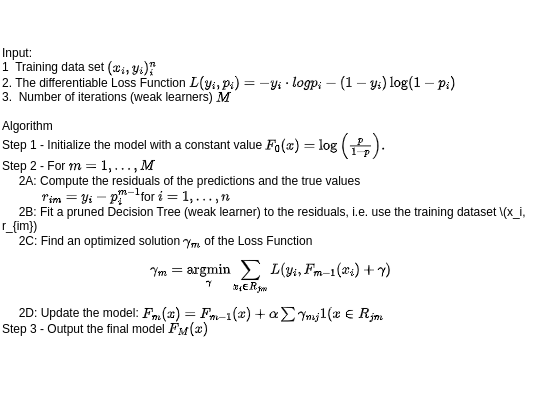
froukje/datamapu keeps this draw.io diagram as static/images/gradient_boosting/gb_algorithm_class.drawio.png. Above is the earlier version. Source tidied: cells renumbered, new cells last; positions are measured from the earlier drawing's top-left corner, leaving out a move shared by most shapes. The source it was exported from:
```xml
<mxGraphModel math="1">
  <root>
    <mxCell id="0" />
    <mxCell id="1" parent="0" />
    <mxCell id="2" value="Input:&lt;br&gt;1&amp;nbsp; Training data set \((x_i, y_i)_i^{n}\)&lt;div&gt;2. The differentiable Loss Function \(L(y_i, p_i) = - y_i\cdot log p_i - (1 - y_i) \log(1 - p_i)\)&lt;/div&gt;&lt;div&gt;3.&amp;nbsp; Number of iterations (weak learners) \(M\)&lt;/div&gt;&lt;div&gt;&lt;br&gt;&lt;/div&gt;&lt;div&gt;Algorithm&lt;/div&gt;&lt;div&gt;Step 1 - Initialize the model with a constant value \(F_0(x) = \log\Big(\frac{p}{1-p}\Big).\)&lt;/div&gt;&lt;div&gt;Step 2 - For \(m = 1, \dots, M\)&lt;/div&gt;&lt;div&gt;&amp;nbsp; &amp;nbsp; &amp;nbsp;2A: Compute the residuals of the predictions and the true values&lt;/div&gt;&lt;div&gt;&amp;nbsp; &amp;nbsp; &amp;nbsp; &amp;nbsp; &amp;nbsp; &amp;nbsp; \(r_{im} = y_i - p_i^{m-1}\)for \(i = 1, \dots, n\)&lt;/div&gt;&lt;div&gt;&amp;nbsp; &amp;nbsp; &amp;nbsp;2B: Fit a pruned Decision Tree (weak learner) to the residuals, i.e. use the training dataset \(x_i, r_{im})&lt;/div&gt;&lt;div&gt;&amp;nbsp; &amp;nbsp; &amp;nbsp;2C: Find an optimized solution \(\gamma_m\) of the Loss Function&lt;/div&gt;&lt;div&gt;$$\gamma_m&amp;nbsp; = \underset{\gamma}{\text{argmin}}\sum_{x_i \in R_{jm}} L(y_i, F_{m-1}(x_i) + \gamma)$$&lt;/div&gt;&lt;div&gt;&amp;nbsp; &amp;nbsp; &amp;nbsp;2D: Update the model: \(F_m(x) = F_{m-1}(x) + \alpha \sum \gamma_{mj} 1(x\in R_{jm}\)&lt;/div&gt;&lt;div&gt;Step 3 - Output the final model \(F_M(x)\)&lt;/div&gt;&lt;div&gt;&lt;span style=&quot;background-color: initial;&quot;&gt;&lt;br&gt;&lt;/span&gt;&lt;/div&gt;&lt;div&gt;&lt;br&gt;&lt;/div&gt;" style="text;html=1;align=left;verticalAlign=middle;whiteSpace=wrap;rounded=0;" parent="1" vertex="1">
      <mxGeometry width="540" height="410" as="geometry" />
    </mxCell>
  </root>
</mxGraphModel>
```
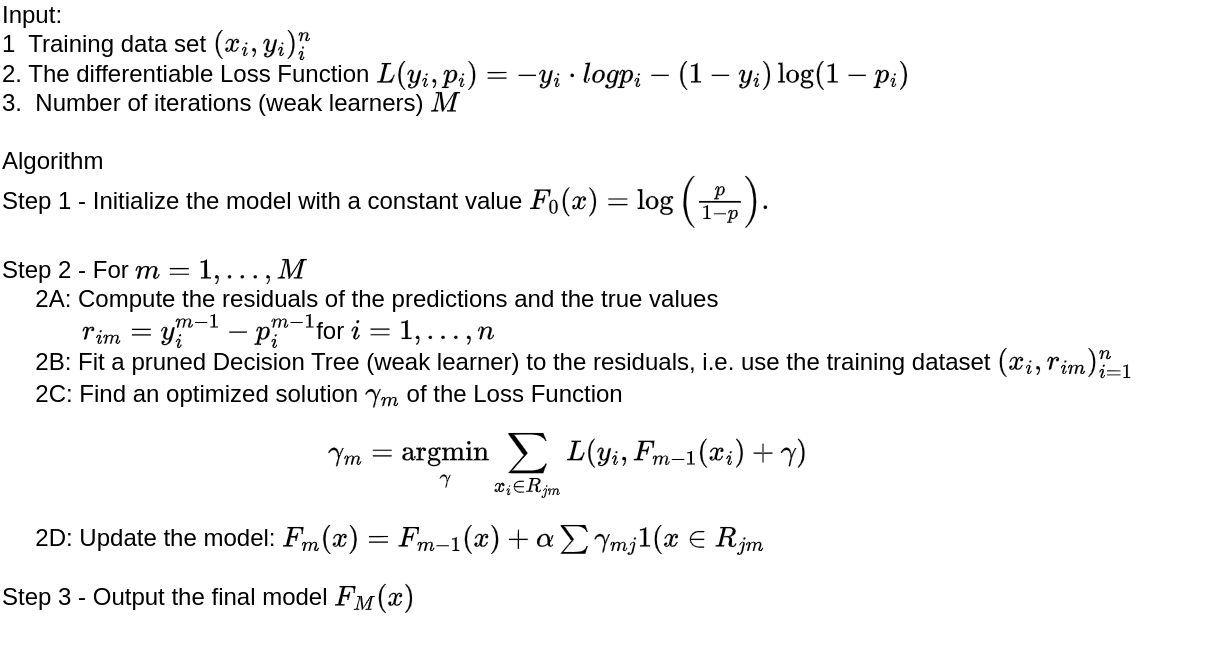
After the change.

What changed in the source:
```diff
@@ -2,8 +2,8 @@
   <root>
     <mxCell id="0" />
     <mxCell id="1" parent="0" />
-    <mxCell id="2" value="Input:&lt;br&gt;1&amp;nbsp; Training data set \((x_i, y_i)_i^{n}\)&lt;div&gt;2. The differentiable Loss Function \(L(y_i, p_i) = - y_i\cdot log p_i - (1 - y_i) \log(1 - p_i)\)&lt;/div&gt;&lt;div&gt;3.&amp;nbsp; Number of iterations (weak learners) \(M\)&lt;/div&gt;&lt;div&gt;&lt;br&gt;&lt;/div&gt;&lt;div&gt;Algorithm&lt;/div&gt;&lt;div&gt;Step 1 - Initialize the model with a constant value \(F_0(x) = \log\Big(\frac{p}{1-p}\Big).\)&lt;/div&gt;&lt;div&gt;Step 2 - For \(m = 1, \dots, M\)&lt;/div&gt;&lt;div&gt;&amp;nbsp; &amp;nbsp; &amp;nbsp;2A: Compute the residuals of the predictions and the true values&lt;/div&gt;&lt;div&gt;&amp;nbsp; &amp;nbsp; &amp;nbsp; &amp;nbsp; &amp;nbsp; &amp;nbsp; \(r_{im} = y_i - p_i^{m-1}\)for \(i = 1, \dots, n\)&lt;/div&gt;&lt;div&gt;&amp;nbsp; &amp;nbsp; &amp;nbsp;2B: Fit a pruned Decision Tree (weak learner) to the residuals, i.e. use the training dataset \(x_i, r_{im})&lt;/div&gt;&lt;div&gt;&amp;nbsp; &amp;nbsp; &amp;nbsp;2C: Find an optimized solution \(\gamma_m\) of the Loss Function&lt;/div&gt;&lt;div&gt;$$\gamma_m&amp;nbsp; = \underset{\gamma}{\text{argmin}}\sum_{x_i \in R_{jm}} L(y_i, F_{m-1}(x_i) + \gamma)$$&lt;/div&gt;&lt;div&gt;&amp;nbsp; &amp;nbsp; &amp;nbsp;2D: Update the model: \(F_m(x) = F_{m-1}(x) + \alpha \sum \gamma_{mj} 1(x\in R_{jm}\)&lt;/div&gt;&lt;div&gt;Step 3 - Output the final model \(F_M(x)\)&lt;/div&gt;&lt;div&gt;&lt;span style=&quot;background-color: initial;&quot;&gt;&lt;br&gt;&lt;/span&gt;&lt;/div&gt;&lt;div&gt;&lt;br&gt;&lt;/div&gt;" style="text;html=1;align=left;verticalAlign=middle;whiteSpace=wrap;rounded=0;" parent="1" vertex="1">
-      <mxGeometry width="540" height="410" as="geometry" />
+    <mxCell id="2" value="&lt;font style=&quot;font-size: 24px;&quot;&gt;Input:&lt;br&gt;1&amp;nbsp; Training data set \((x_i, y_i)_i^{n}\)&lt;/font&gt;&lt;div style=&quot;font-size: 24px;&quot;&gt;&lt;font style=&quot;font-size: 24px;&quot;&gt;2. The differentiable Loss Function \(L(y_i, p_i) = - y_i\cdot log p_i - (1 - y_i) \log(1 - p_i)\)&lt;/font&gt;&lt;/div&gt;&lt;div style=&quot;font-size: 24px;&quot;&gt;&lt;font style=&quot;font-size: 24px;&quot;&gt;3.&amp;nbsp; Number of iterations (weak learners) \(M\)&lt;/font&gt;&lt;/div&gt;&lt;div style=&quot;font-size: 24px;&quot;&gt;&lt;font style=&quot;font-size: 24px;&quot;&gt;&lt;br&gt;&lt;/font&gt;&lt;/div&gt;&lt;div style=&quot;font-size: 24px;&quot;&gt;&lt;font style=&quot;font-size: 24px;&quot;&gt;Algorithm&lt;/font&gt;&lt;/div&gt;&lt;div style=&quot;font-size: 24px;&quot;&gt;&lt;font style=&quot;font-size: 24px;&quot;&gt;Step 1 - Initialize the model with a constant value \(F_0(x) = \log\Big(\frac{p}{1-p}\Big).\)&lt;/font&gt;&lt;/div&gt;&lt;div style=&quot;font-size: 24px;&quot;&gt;&lt;font style=&quot;font-size: 24px;&quot;&gt;&lt;br&gt;&lt;/font&gt;&lt;/div&gt;&lt;div style=&quot;font-size: 24px;&quot;&gt;&lt;font style=&quot;font-size: 24px;&quot;&gt;Step 2 - For \(m = 1, \dots, M\)&lt;/font&gt;&lt;/div&gt;&lt;div style=&quot;font-size: 24px;&quot;&gt;&lt;font style=&quot;font-size: 24px;&quot;&gt;&amp;nbsp; &amp;nbsp; &amp;nbsp;2A: Compute the residuals of the predictions and the true values&lt;/font&gt;&lt;/div&gt;&lt;div style=&quot;font-size: 24px;&quot;&gt;&lt;font style=&quot;font-size: 24px;&quot;&gt;&amp;nbsp; &amp;nbsp; &amp;nbsp; &amp;nbsp; &amp;nbsp; &amp;nbsp; \(r_{im} = y_i^{m-1} - p_i^{m-1}\)for \(i = 1, \dots, n\)&lt;/font&gt;&lt;/div&gt;&lt;div style=&quot;font-size: 24px;&quot;&gt;&lt;font style=&quot;font-size: 24px;&quot;&gt;&amp;nbsp; &amp;nbsp; &amp;nbsp;2B: Fit a pruned Decision Tree (weak learner) to the residuals, i.e. use the training dataset \((x_i, r_{im})_{i = 1}^n\)&lt;/font&gt;&lt;/div&gt;&lt;div style=&quot;font-size: 24px;&quot;&gt;&lt;font style=&quot;font-size: 24px;&quot;&gt;&amp;nbsp; &amp;nbsp; &amp;nbsp;2C: Find an optimized solution \(\gamma_m\) of the Loss Function&lt;/font&gt;&lt;/div&gt;&lt;div style=&quot;font-size: 24px;&quot;&gt;&lt;font style=&quot;font-size: 24px;&quot;&gt;$$\gamma_m&amp;nbsp; = \underset{\gamma}{\text{argmin}}\sum_{x_i \in R_{jm}} L(y_i, F_{m-1}(x_i) + \gamma)$$&lt;/font&gt;&lt;/div&gt;&lt;div style=&quot;font-size: 24px;&quot;&gt;&lt;font style=&quot;font-size: 24px;&quot;&gt;&amp;nbsp; &amp;nbsp; &amp;nbsp;2D: Update the model: \(F_m(x) = F_{m-1}(x) + \alpha \sum \gamma_{mj} 1(x\in R_{jm}\)&lt;/font&gt;&lt;/div&gt;&lt;div style=&quot;font-size: 24px;&quot;&gt;&lt;font style=&quot;font-size: 24px;&quot;&gt;&lt;br&gt;&lt;/font&gt;&lt;/div&gt;&lt;div style=&quot;font-size: 24px;&quot;&gt;&lt;font style=&quot;font-size: 24px;&quot;&gt;Step 3 - Output the final model \(F_M(x)\)&lt;/font&gt;&lt;/div&gt;&lt;div style=&quot;font-size: 24px;&quot;&gt;&lt;span style=&quot;background-color: initial;&quot;&gt;&lt;font style=&quot;font-size: 24px;&quot;&gt;&lt;br&gt;&lt;/font&gt;&lt;/span&gt;&lt;/div&gt;&lt;div style=&quot;font-size: 24px;&quot;&gt;&lt;br&gt;&lt;/div&gt;" style="text;html=1;align=left;verticalAlign=middle;whiteSpace=wrap;rounded=0;" parent="1" vertex="1">
+      <mxGeometry width="1220" height="670" as="geometry" />
     </mxCell>
   </root>
 </mxGraphModel>
```
